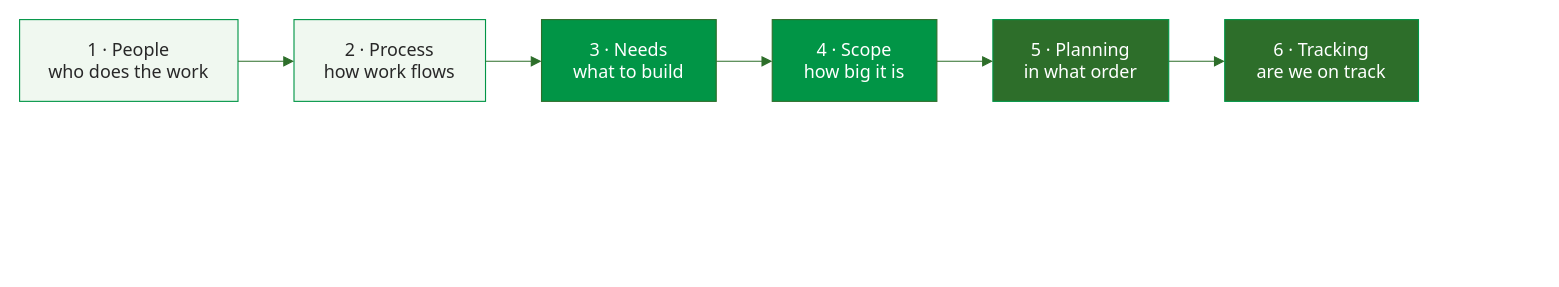
Above: images/msd-areas.drawio in msdbok/msdbok.github.io (draw.io), before the change. Source tidied: cells renumbered, new cells numbered last; positions are measured from the earlier drawing's top-left corner, leaving out a move shared by most shapes. Both pictures are drawn from the tidied source at 112%, with x=0, y=0 at pixel (19, 19).
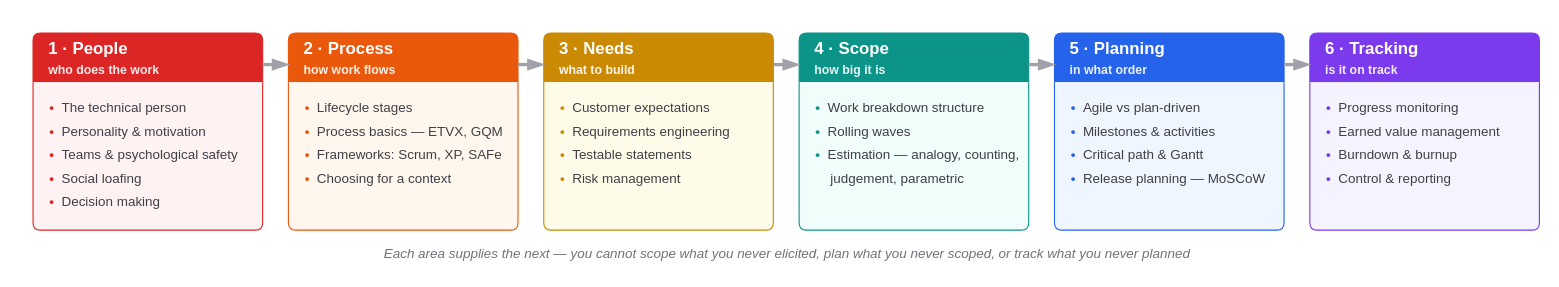
After the change.

Commit message (it also covers changes not shown here):
home: redraw the areas diagram as blocks in sequence, SQRbok style

What changed in the source:
```diff
@@
 <mxGraphModel>
   <root>
     <mxCell id="0" />
     <mxCell id="1" parent="0" />
-    <mxCell id="2" value="1 · People&#10;who does the work" style="html=1;whiteSpace=wrap;strokeWidth=1;fillColor=#f0f8f0;strokeColor=#019546;fontColor=#282828;fontFamily=Tahoma,Verdana,DejaVu Sans,sans-serif;fontSize=16;" parent="1" vertex="1">
-      <mxGeometry width="195" height="73" as="geometry" />
+    <mxCell id="2" value="&lt;span style=&quot;font-size:15px;&quot;&gt;&lt;b&gt;1 · People&lt;/b&gt;&lt;/span&gt;&lt;br&gt;&lt;span style=&quot;font-size:11px;opacity:0.9;&quot;&gt;who does the work&lt;/span&gt;" style="swimlane;html=1;rounded=1;arcSize=5;startSize=44;fillColor=#dc2626;strokeColor=#dc2626;strokeWidth=1;swimlaneFillColor=#fef2f2;fontColor=#ffffff;fontSize=15;align=left;spacingLeft=12;verticalAlign=middle;swimlaneLine=0;fontFamily=Helvetica;" parent="1" vertex="1">
+      <mxGeometry x="12" y="12" width="205" height="176" as="geometry" />
     </mxCell>
+    <mxCell id="13" value="&lt;div style=&quot;font-size:12px;line-height:1.75;color:#3f3f46;&quot;&gt;&lt;span style=&quot;color:#dc2626;font-weight:bold;&quot;&gt;•&lt;/span&gt;&amp;nbsp;&amp;nbsp;The technical person&lt;br&gt;&lt;span style=&quot;color:#dc2626;font-weight:bold;&quot;&gt;•&lt;/span&gt;&amp;nbsp;&amp;nbsp;Personality &amp;amp; motivation&lt;br&gt;&lt;span style=&quot;color:#dc2626;font-weight:bold;&quot;&gt;•&lt;/span&gt;&amp;nbsp;&amp;nbsp;Teams &amp;amp; psychological safety&lt;br&gt;&lt;span style=&quot;color:#dc2626;font-weight:bold;&quot;&gt;•&lt;/span&gt;&amp;nbsp;&amp;nbsp;Social loafing&lt;br&gt;&lt;span style=&quot;color:#dc2626;font-weight:bold;&quot;&gt;•&lt;/span&gt;&amp;nbsp;&amp;nbsp;Decision making&lt;/div&gt;" style="text;html=1;align=left;verticalAlign=top;spacingLeft=13;spacingTop=6;strokeColor=none;fillColor=none;fontFamily=Helvetica;" parent="2" vertex="1">
+      <mxGeometry y="44" width="205" height="132" as="geometry" />
+    </mxCell>
-    <mxCell id="3" value="2 · Process&#10;how work flows" style="html=1;whiteSpace=wrap;strokeWidth=1;fillColor=#f0f8f0;strokeColor=#019546;fontColor=#282828;fontFamily=Tahoma,Verdana,DejaVu Sans,sans-serif;fontSize=16;" parent="1" vertex="1">
-      <mxGeometry x="245" width="171" height="73" as="geometry" />
+    <mxCell id="3" value="&lt;span style=&quot;font-size:15px;&quot;&gt;&lt;b&gt;2 · Process&lt;/b&gt;&lt;/span&gt;&lt;br&gt;&lt;span style=&quot;font-size:11px;opacity:0.9;&quot;&gt;how work flows&lt;/span&gt;" style="swimlane;html=1;rounded=1;arcSize=5;startSize=44;fillColor=#ea580c;strokeColor=#ea580c;strokeWidth=1;swimlaneFillColor=#fff7ed;fontColor=#ffffff;fontSize=15;align=left;spacingLeft=12;verticalAlign=middle;swimlaneLine=0;fontFamily=Helvetica;" parent="1" vertex="1">
+      <mxGeometry x="240" y="12" width="205" height="176" as="geometry" />
     </mxCell>
+    <mxCell id="14" value="&lt;div style=&quot;font-size:12px;line-height:1.75;color:#3f3f46;&quot;&gt;&lt;span style=&quot;color:#ea580c;font-weight:bold;&quot;&gt;•&lt;/span&gt;&amp;nbsp;&amp;nbsp;Lifecycle stages&lt;br&gt;&lt;span style=&quot;color:#ea580c;font-weight:bold;&quot;&gt;•&lt;/span&gt;&amp;nbsp;&amp;nbsp;Process basics — ETVX, GQM&lt;br&gt;&lt;span style=&quot;color:#ea580c;font-weight:bold;&quot;&gt;•&lt;/span&gt;&amp;nbsp;&amp;nbsp;Frameworks: Scrum, XP, SAFe&lt;br&gt;&lt;span style=&quot;color:#ea580c;font-weight:bold;&quot;&gt;•&lt;/span&gt;&amp;nbsp;&amp;nbsp;Choosing for a context&lt;/div&gt;" style="text;html=1;align=left;verticalAlign=top;spacingLeft=13;spacingTop=6;strokeColor=none;fillColor=none;fontFamily=Helvetica;" parent="3" vertex="1">
+      <mxGeometry y="44" width="205" height="132" as="geometry" />
+    </mxCell>
-    <mxCell id="4" value="3 · Needs&#10;what to build" style="html=1;whiteSpace=wrap;strokeWidth=1;fillColor=#019546;strokeColor=#2D6E2A;fontColor=#FFFFFF;fontFamily=Tahoma,Verdana,DejaVu Sans,sans-serif;fontSize=16;" parent="1" vertex="1">
-      <mxGeometry x="466" width="156" height="73" as="geometry" />
+    <mxCell id="4" value="&lt;span style=&quot;font-size:15px;&quot;&gt;&lt;b&gt;3 · Needs&lt;/b&gt;&lt;/span&gt;&lt;br&gt;&lt;span style=&quot;font-size:11px;opacity:0.9;&quot;&gt;what to build&lt;/span&gt;" style="swimlane;html=1;rounded=1;arcSize=5;startSize=44;fillColor=#ca8a04;strokeColor=#ca8a04;strokeWidth=1;swimlaneFillColor=#fefce8;fontColor=#ffffff;fontSize=15;align=left;spacingLeft=12;verticalAlign=middle;swimlaneLine=0;fontFamily=Helvetica;" parent="1" vertex="1">
+      <mxGeometry x="468" y="12" width="205" height="176" as="geometry" />
     </mxCell>
+    <mxCell id="15" value="&lt;div style=&quot;font-size:12px;line-height:1.75;color:#3f3f46;&quot;&gt;&lt;span style=&quot;color:#ca8a04;font-weight:bold;&quot;&gt;•&lt;/span&gt;&amp;nbsp;&amp;nbsp;Customer expectations&lt;br&gt;&lt;span style=&quot;color:#ca8a04;font-weight:bold;&quot;&gt;•&lt;/span&gt;&amp;nbsp;&amp;nbsp;Requirements engineering&lt;br&gt;&lt;span style=&quot;color:#ca8a04;font-weight:bold;&quot;&gt;•&lt;/span&gt;&amp;nbsp;&amp;nbsp;Testable statements&lt;br&gt;&lt;span style=&quot;color:#ca8a04;font-weight:bold;&quot;&gt;•&lt;/span&gt;&amp;nbsp;&amp;nbsp;Risk management&lt;/div&gt;" style="text;html=1;align=left;verticalAlign=top;spacingLeft=13;spacingTop=6;strokeColor=none;fillColor=none;fontFamily=Helvetica;" parent="4" vertex="1">
+      <mxGeometry y="44" width="205" height="132" as="geometry" />
+    </mxCell>
-    <mxCell id="5" value="4 · Scope&#10;how big it is" style="html=1;whiteSpace=wrap;strokeWidth=1;fillColor=#019546;strokeColor=#2D6E2A;fontColor=#FFFFFF;fontFamily=Tahoma,Verdana,DejaVu Sans,sans-serif;fontSize=16;" parent="1" vertex="1">
-      <mxGeometry x="672" width="147" height="73" as="geometry" />
+    <mxCell id="5" value="&lt;span style=&quot;font-size:15px;&quot;&gt;&lt;b&gt;4 · Scope&lt;/b&gt;&lt;/span&gt;&lt;br&gt;&lt;span style=&quot;font-size:11px;opacity:0.9;&quot;&gt;how big it is&lt;/span&gt;" style="swimlane;html=1;rounded=1;arcSize=5;startSize=44;fillColor=#0d9488;strokeColor=#0d9488;strokeWidth=1;swimlaneFillColor=#f0fdfa;fontColor=#ffffff;fontSize=15;align=left;spacingLeft=12;verticalAlign=middle;swimlaneLine=0;fontFamily=Helvetica;" parent="1" vertex="1">
+      <mxGeometry x="696" y="12" width="205" height="176" as="geometry" />
     </mxCell>
+    <mxCell id="16" value="&lt;div style=&quot;font-size:12px;line-height:1.75;color:#3f3f46;&quot;&gt;&lt;span style=&quot;color:#0d9488;font-weight:bold;&quot;&gt;•&lt;/span&gt;&amp;nbsp;&amp;nbsp;Work breakdown structure&lt;br&gt;&lt;span style=&quot;color:#0d9488;font-weight:bold;&quot;&gt;•&lt;/span&gt;&amp;nbsp;&amp;nbsp;Rolling waves&lt;br&gt;&lt;span style=&quot;color:#0d9488;font-weight:bold;&quot;&gt;•&lt;/span&gt;&amp;nbsp;&amp;nbsp;Estimation — analogy, counting,&lt;br&gt;&amp;nbsp;&amp;nbsp;&amp;nbsp;&amp;nbsp;judgement, parametric&lt;/div&gt;" style="text;html=1;align=left;verticalAlign=top;spacingLeft=13;spacingTop=6;strokeColor=none;fillColor=none;fontFamily=Helvetica;" parent="5" vertex="1">
+      <mxGeometry y="44" width="205" height="132" as="geometry" />
+    </mxCell>
-    <mxCell id="6" value="5 · Planning&#10;in what order" style="html=1;whiteSpace=wrap;strokeWidth=1;fillColor=#2D6E2A;strokeColor=#019546;fontColor=#FFFFFF;fontFamily=Tahoma,Verdana,DejaVu Sans,sans-serif;fontSize=16;" parent="1" vertex="1">
-      <mxGeometry x="869" width="157" height="73" as="geometry" />
+    <mxCell id="6" value="&lt;span style=&quot;font-size:15px;&quot;&gt;&lt;b&gt;5 · Planning&lt;/b&gt;&lt;/span&gt;&lt;br&gt;&lt;span style=&quot;font-size:11px;opacity:0.9;&quot;&gt;in what order&lt;/span&gt;" style="swimlane;html=1;rounded=1;arcSize=5;startSize=44;fillColor=#2563eb;strokeColor=#2563eb;strokeWidth=1;swimlaneFillColor=#eff6ff;fontColor=#ffffff;fontSize=15;align=left;spacingLeft=12;verticalAlign=middle;swimlaneLine=0;fontFamily=Helvetica;" parent="1" vertex="1">
+      <mxGeometry x="924" y="12" width="205" height="176" as="geometry" />
     </mxCell>
-    <mxCell id="7" value="6 · Tracking&#10;are we on track" style="html=1;whiteSpace=wrap;strokeWidth=1;fillColor=#2D6E2A;strokeColor=#019546;fontColor=#FFFFFF;fontFamily=Tahoma,Verdana,DejaVu Sans,sans-serif;fontSize=16;" parent="1" vertex="1">
-      <mxGeometry x="1076" width="173" height="73" as="geometry" />
-    </mxCell>
+    <mxCell id="17" value="&lt;div style=&quot;font-size:12px;line-height:1.75;color:#3f3f46;&quot;&gt;&lt;span style=&quot;color:#2563eb;font-weight:bold;&quot;&gt;•&lt;/span&gt;&amp;nbsp;&amp;nbsp;Agile vs plan-driven&lt;br&gt;&lt;span style=&quot;color:#2563eb;font-weight:bold;&quot;&gt;•&lt;/span&gt;&amp;nbsp;&amp;nbsp;Milestones &amp;amp; activities&lt;br&gt;&lt;span style=&quot;color:#2563eb;font-weight:bold;&quot;&gt;•&lt;/span&gt;&amp;nbsp;&amp;nbsp;Critical path &amp;amp; Gantt&lt;br&gt;&lt;span style=&quot;color:#2563eb;font-weight:bold;&quot;&gt;•&lt;/span&gt;&amp;nbsp;&amp;nbsp;Release planning — MoSCoW&lt;/div&gt;" style="text;html=1;align=left;verticalAlign=top;spacingLeft=13;spacingTop=6;strokeColor=none;fillColor=none;fontFamily=Helvetica;" parent="6" vertex="1">
+      <mxGeometry y="44" width="205" height="132" as="geometry" />
+    </mxCell>
+    <mxCell id="18" value="&lt;span style=&quot;font-size:15px;&quot;&gt;&lt;b&gt;6 · Tracking&lt;/b&gt;&lt;/span&gt;&lt;br&gt;&lt;span style=&quot;font-size:11px;opacity:0.9;&quot;&gt;is it on track&lt;/span&gt;" style="swimlane;html=1;rounded=1;arcSize=5;startSize=44;fillColor=#7c3aed;strokeColor=#7c3aed;strokeWidth=1;swimlaneFillColor=#f5f3ff;fontColor=#ffffff;fontSize=15;align=left;spacingLeft=12;verticalAlign=middle;swimlaneLine=0;fontFamily=Helvetica;" parent="1" vertex="1">
+      <mxGeometry x="1152" y="12" width="205" height="176" as="geometry" />
+    </mxCell>
+    <mxCell id="19" value="&lt;div style=&quot;font-size:12px;line-height:1.75;color:#3f3f46;&quot;&gt;&lt;span style=&quot;color:#7c3aed;font-weight:bold;&quot;&gt;•&lt;/span&gt;&amp;nbsp;&amp;nbsp;Progress monitoring&lt;br&gt;&lt;span style=&quot;color:#7c3aed;font-weight:bold;&quot;&gt;•&lt;/span&gt;&amp;nbsp;&amp;nbsp;Earned value management&lt;br&gt;&lt;span style=&quot;color:#7c3aed;font-weight:bold;&quot;&gt;•&lt;/span&gt;&amp;nbsp;&amp;nbsp;Burndown &amp;amp; burnup&lt;br&gt;&lt;span style=&quot;color:#7c3aed;font-weight:bold;&quot;&gt;•&lt;/span&gt;&amp;nbsp;&amp;nbsp;Control &amp;amp; reporting&lt;/div&gt;" style="text;html=1;align=left;verticalAlign=top;spacingLeft=13;spacingTop=6;strokeColor=none;fillColor=none;fontFamily=Helvetica;" parent="18" vertex="1">
+      <mxGeometry y="44" width="205" height="132" as="geometry" />
+    </mxCell>
-    <mxCell id="8" style="curved=1;startArrow=none;endArrow=block;endSize=7;strokeColor=#2D6E2A;exitX=1;exitY=0.51;entryX=0;entryY=0.51;" parent="1" edge="1" source="2" target="3">
+    <mxCell id="8" style="html=1;rounded=0;strokeColor=#a1a1aa;strokeWidth=3;endArrow=blockThin;endFill=1;endSize=7;exitX=1;exitY=0.16;exitDx=0;exitDy=0;entryX=0;entryY=0.16;entryDx=0;entryDy=0;" parent="1" edge="1" source="2" target="3">
       <mxGeometry relative="1" as="geometry" />
     </mxCell>
-    <mxCell id="9" style="curved=1;startArrow=none;endArrow=block;endSize=7;strokeColor=#2D6E2A;exitX=1;exitY=0.51;entryX=0;entryY=0.51;" parent="1" edge="1" source="3" target="4">
+    <mxCell id="9" style="html=1;rounded=0;strokeColor=#a1a1aa;strokeWidth=3;endArrow=blockThin;endFill=1;endSize=7;exitX=1;exitY=0.16;exitDx=0;exitDy=0;entryX=0;entryY=0.16;entryDx=0;entryDy=0;" parent="1" edge="1" source="3" target="4">
       <mxGeometry relative="1" as="geometry" />
     </mxCell>
-    <mxCell id="10" style="curved=1;startArrow=none;endArrow=block;endSize=7;strokeColor=#2D6E2A;exitX=1;exitY=0.51;entryX=0;entryY=0.51;" parent="1" edge="1" source="4" target="5">
+    <mxCell id="10" style="html=1;rounded=0;strokeColor=#a1a1aa;strokeWidth=3;endArrow=blockThin;endFill=1;endSize=7;exitX=1;exitY=0.16;exitDx=0;exitDy=0;entryX=0;entryY=0.16;entryDx=0;entryDy=0;" parent="1" edge="1" source="4" target="5">
       <mxGeometry relative="1" as="geometry" />
     </mxCell>
-    <mxCell id="11" style="curved=1;startArrow=none;endArrow=block;endSize=7;strokeColor=#2D6E2A;exitX=1;exitY=0.51;entryX=0;entryY=0.51;" parent="1" edge="1" source="5" target="6">
+    <mxCell id="11" style="html=1;rounded=0;strokeColor=#a1a1aa;strokeWidth=3;endArrow=blockThin;endFill=1;endSize=7;exitX=1;exitY=0.16;exitDx=0;exitDy=0;entryX=0;entryY=0.16;entryDx=0;entryDy=0;" parent="1" edge="1" source="5" target="6">
       <mxGeometry relative="1" as="geometry" />
     </mxCell>
-    <mxCell id="12" style="curved=1;startArrow=none;endArrow=block;endSize=7;strokeColor=#2D6E2A;exitX=1;exitY=0.51;entryX=0;entryY=0.51;" parent="1" edge="1" source="6" target="7">
-      <mxGeometry relative="1" as="geometry" />
-    </mxCell>
+    <mxCell id="20" style="html=1;rounded=0;strokeColor=#a1a1aa;strokeWidth=3;endArrow=blockThin;endFill=1;endSize=7;exitX=1;exitY=0.16;exitDx=0;exitDy=0;entryX=0;entryY=0.16;entryDx=0;entryDy=0;" parent="1" edge="1" source="6" target="18">
+      <mxGeometry relative="1" as="geometry" />
+    </mxCell>
+    <mxCell id="21" value="Each area supplies the next — you cannot scope what you never elicited, plan what you never scoped, or track what you never planned" style="text;html=1;align=center;verticalAlign=middle;fontSize=12;fontColor=#71717a;fontStyle=2;fontFamily=Helvetica;" parent="1" vertex="1">
+      <mxGeometry x="12" y="197" width="1345" height="24" as="geometry" />
+    </mxCell>
   </root>
 </mxGraphModel>
```
